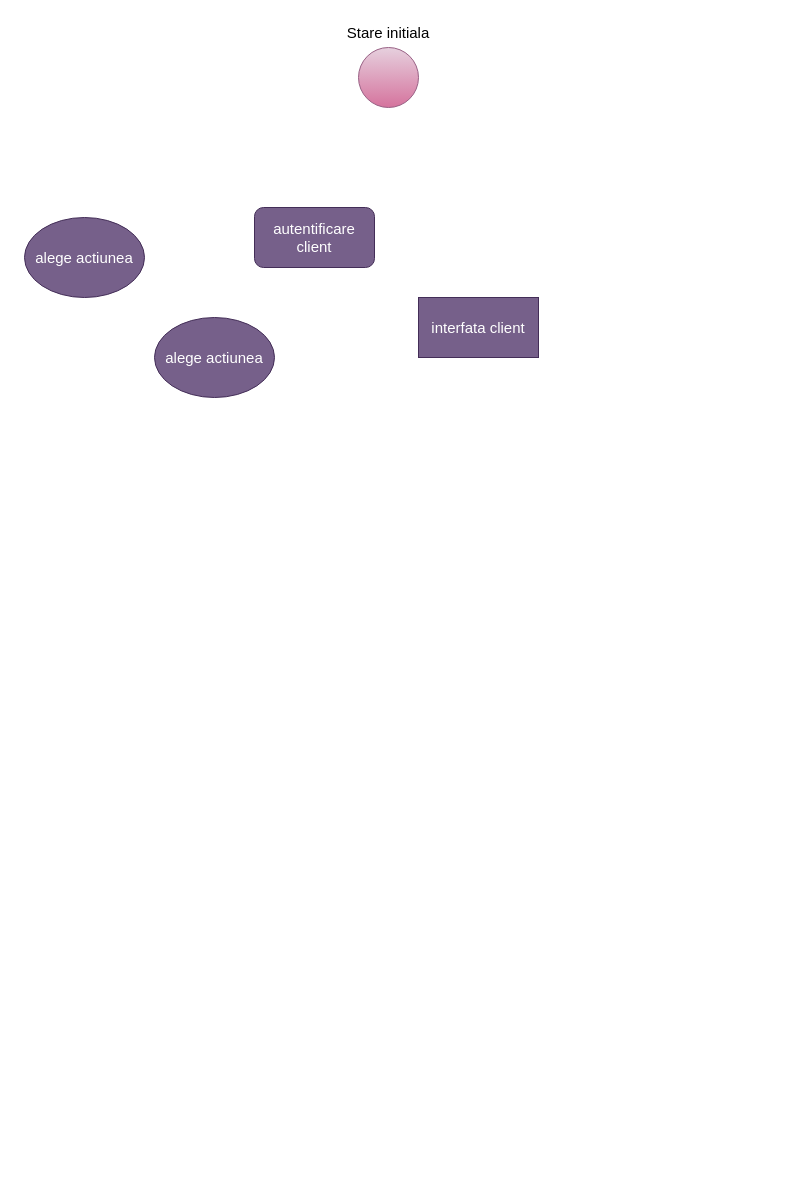
The draw.io diagram diastare.drawio in deliasfetcu/proiect-blana-isp, before the edit. Source tidied: cells renumbered, new cells numbered last; positions are measured from the earlier drawing's top-left corner, leaving out a move shared by most shapes. Both pictures are drawn from the tidied source at 100%, with x=0, y=0 at pixel (24, 17).
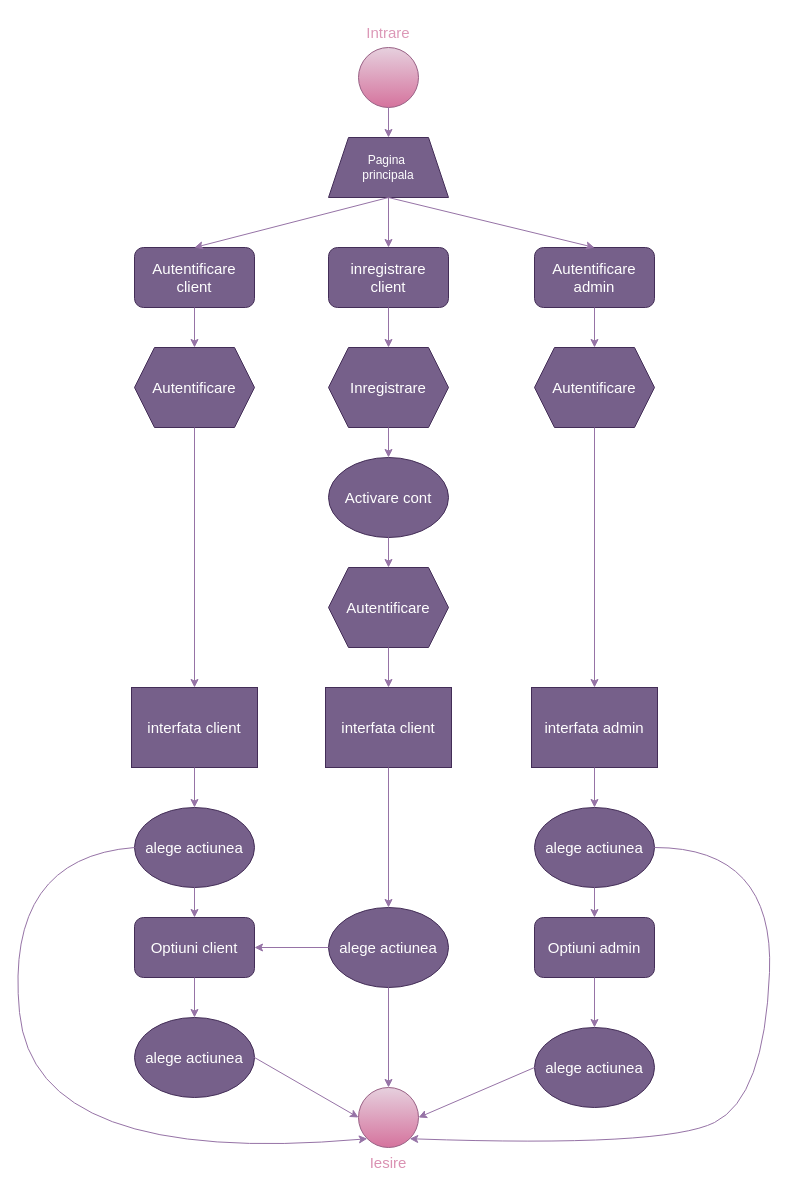
The same page after the edit.

Commit message:
finalizat diagrama

Unchanged cells that the change refers to:
```xml
<mxCell id="2" style="ellipse;whiteSpace=wrap;html=1;fillStyle=solid;strokeColor=#996185;fillColor=#e6d0de;gradientColor=#d5739d;" parent="1" vertex="1">
  <mxGeometry x="334" y="30" width="60" height="60" as="geometry" />
</mxCell>
```

Change to the diagram source:
```diff
@@
-    <mxCell id="3" value="&lt;font style=&quot;font-size: 15px;&quot;&gt;Stare initiala&lt;/font&gt;" style="text;html=1;strokeColor=none;fillColor=none;align=center;verticalAlign=middle;whiteSpace=wrap;rounded=0;fillStyle=solid;" parent="1" vertex="1">
+    <mxCell id="3" value="&lt;span style=&quot;font-size: 15px;&quot;&gt;&lt;font color=&quot;#dc98b7&quot;&gt;Intrare&lt;/font&gt;&lt;/span&gt;" style="text;html=1;strokeColor=none;fillColor=none;align=center;verticalAlign=middle;whiteSpace=wrap;rounded=0;fillStyle=solid;" parent="1" vertex="1">
       <mxGeometry x="299" width="130" height="30" as="geometry" />
     </mxCell>
     <mxCell id="4" value="alege actiunea" style="ellipse;whiteSpace=wrap;html=1;fontSize=15;fillColor=#76608a;fontColor=#ffffff;strokeColor=#432D57;" parent="1" vertex="1">
-      <mxGeometry x="130" y="300" width="120" height="80" as="geometry" />
+      <mxGeometry x="110" y="790" width="120" height="80" as="geometry" />
     </mxCell>
-    <mxCell id="5" value="autentificare client" style="rounded=1;whiteSpace=wrap;html=1;fontSize=15;fillColor=#76608a;strokeColor=#432D57;fontColor=#ffffff;" parent="1" vertex="1">
-      <mxGeometry x="230" y="190" width="120" height="60" as="geometry" />
+    <mxCell id="5" value="Autentificare client" style="rounded=1;whiteSpace=wrap;html=1;fontSize=15;fillColor=#76608a;strokeColor=#432D57;fontColor=#ffffff;" parent="1" vertex="1">
+      <mxGeometry x="110" y="230" width="120" height="60" as="geometry" />
     </mxCell>
     <mxCell id="6" value="interfata client" style="rounded=0;whiteSpace=wrap;html=1;fontSize=15;fillColor=#76608a;fontColor=#ffffff;strokeColor=#432D57;" parent="1" vertex="1">
-      <mxGeometry x="394" y="280" width="120" height="60" as="geometry" />
+      <mxGeometry x="107" y="670" width="126" height="80" as="geometry" />
     </mxCell>
     <mxCell id="7" value="alege actiunea" style="ellipse;whiteSpace=wrap;html=1;fontSize=15;fillColor=#76608a;fontColor=#ffffff;strokeColor=#432D57;" parent="1" vertex="1">
-      <mxGeometry y="200" width="120" height="80" as="geometry" />
+      <mxGeometry x="510" y="790" width="120" height="80" as="geometry" />
     </mxCell>
+    <mxCell id="8" value="Pagina&amp;nbsp;&lt;br&gt;principala" style="shape=trapezoid;perimeter=trapezoidPerimeter;whiteSpace=wrap;html=1;fixedSize=1;fillColor=#76608a;fontColor=#ffffff;strokeColor=#432D57;" parent="1" vertex="1">
+      <mxGeometry x="304" y="120" width="120" height="60" as="geometry" />
+    </mxCell>
+    <mxCell id="9" value="Autentificare admin" style="rounded=1;whiteSpace=wrap;html=1;fontSize=15;fillColor=#76608a;strokeColor=#432D57;fontColor=#ffffff;" parent="1" vertex="1">
+      <mxGeometry x="510" y="230" width="120" height="60" as="geometry" />
+    </mxCell>
+    <mxCell id="10" value="inregistrare &lt;br&gt;client" style="rounded=1;whiteSpace=wrap;html=1;fontSize=15;fillColor=#76608a;strokeColor=#432D57;fontColor=#ffffff;" parent="1" vertex="1">
+      <mxGeometry x="304" y="230" width="120" height="60" as="geometry" />
+    </mxCell>
+    <mxCell id="11" style="endArrow=classic;html=1;entryX=0.5;entryY=0;entryDx=0;entryDy=0;exitX=0.5;exitY=1;exitDx=0;exitDy=0;fillColor=#e1d5e7;strokeColor=#9673a6;" parent="1" edge="1" source="2" target="8">
+      <mxGeometry relative="1" as="geometry" />
+    </mxCell>
+    <mxCell id="12" style="endArrow=classic;html=1;entryX=0.5;entryY=0;entryDx=0;entryDy=0;exitX=0.5;exitY=1;exitDx=0;exitDy=0;fillColor=#e1d5e7;strokeColor=#9673a6;" parent="1" edge="1" source="8" target="10">
+      <mxGeometry relative="1" as="geometry" />
+    </mxCell>
+    <mxCell id="13" style="endArrow=classic;html=1;entryX=0.5;entryY=0;entryDx=0;entryDy=0;exitX=0.5;exitY=1;exitDx=0;exitDy=0;fillColor=#e1d5e7;strokeColor=#9673a6;" parent="1" edge="1" source="8" target="9">
+      <mxGeometry relative="1" as="geometry" />
+    </mxCell>
+    <mxCell id="14" style="endArrow=classic;html=1;entryX=0.5;entryY=0;entryDx=0;entryDy=0;exitX=0.5;exitY=1;exitDx=0;exitDy=0;fillColor=#e1d5e7;strokeColor=#9673a6;" parent="1" edge="1" source="8" target="5">
+      <mxGeometry relative="1" as="geometry" />
+    </mxCell>
+    <mxCell id="15" value="&lt;font style=&quot;font-size: 15px;&quot;&gt;Autentificare&lt;/font&gt;" style="shape=hexagon;perimeter=hexagonPerimeter2;whiteSpace=wrap;html=1;fixedSize=1;fillColor=#76608a;fontColor=#ffffff;strokeColor=#432D57;" parent="1" vertex="1">
+      <mxGeometry x="110" y="330" width="120" height="80" as="geometry" />
+    </mxCell>
+    <mxCell id="16" value="&lt;font style=&quot;font-size: 15px;&quot;&gt;Autentificare&lt;/font&gt;" style="shape=hexagon;perimeter=hexagonPerimeter2;whiteSpace=wrap;html=1;fixedSize=1;fillColor=#76608a;fontColor=#ffffff;strokeColor=#432D57;" parent="1" vertex="1">
+      <mxGeometry x="510" y="330" width="120" height="80" as="geometry" />
+    </mxCell>
+    <mxCell id="17" value="&lt;span style=&quot;font-size: 15px;&quot;&gt;Autentificare&lt;/span&gt;" style="shape=hexagon;perimeter=hexagonPerimeter2;whiteSpace=wrap;html=1;fixedSize=1;fillColor=#76608a;fontColor=#ffffff;strokeColor=#432D57;" parent="1" vertex="1">
+      <mxGeometry x="304" y="550" width="120" height="80" as="geometry" />
+    </mxCell>
+    <mxCell id="18" value="&lt;span style=&quot;font-size: 15px;&quot;&gt;Inregistrare&lt;/span&gt;" style="shape=hexagon;perimeter=hexagonPerimeter2;whiteSpace=wrap;html=1;fixedSize=1;fillColor=#76608a;fontColor=#ffffff;strokeColor=#432D57;" parent="1" vertex="1">
+      <mxGeometry x="304" y="330" width="120" height="80" as="geometry" />
+    </mxCell>
+    <mxCell id="19" value="Activare cont" style="ellipse;whiteSpace=wrap;html=1;fontSize=15;fillColor=#76608a;fontColor=#ffffff;strokeColor=#432D57;" parent="1" vertex="1">
+      <mxGeometry x="304" y="440" width="120" height="80" as="geometry" />
+    </mxCell>
+    <mxCell id="20" value="interfata client" style="rounded=0;whiteSpace=wrap;html=1;fontSize=15;fillColor=#76608a;fontColor=#ffffff;strokeColor=#432D57;" parent="1" vertex="1">
+      <mxGeometry x="301" y="670" width="126" height="80" as="geometry" />
+    </mxCell>
+    <mxCell id="21" value="interfata admin" style="rounded=0;whiteSpace=wrap;html=1;fontSize=15;fillColor=#76608a;fontColor=#ffffff;strokeColor=#432D57;" parent="1" vertex="1">
+      <mxGeometry x="507" y="670" width="126" height="80" as="geometry" />
+    </mxCell>
+    <mxCell id="22" value="Optiuni client" style="rounded=1;whiteSpace=wrap;html=1;fontSize=15;fillColor=#76608a;fontColor=#ffffff;strokeColor=#432D57;" parent="1" vertex="1">
+      <mxGeometry x="110" y="900" width="120" height="60" as="geometry" />
+    </mxCell>
+    <mxCell id="23" value="Optiuni admin" style="rounded=1;whiteSpace=wrap;html=1;fontSize=15;fillColor=#76608a;fontColor=#ffffff;strokeColor=#432D57;" parent="1" vertex="1">
+      <mxGeometry x="510" y="900" width="120" height="60" as="geometry" />
+    </mxCell>
+    <mxCell id="24" value="alege actiunea" style="ellipse;whiteSpace=wrap;html=1;fontSize=15;fillColor=#76608a;fontColor=#ffffff;strokeColor=#432D57;" parent="1" vertex="1">
+      <mxGeometry x="304" y="890" width="120" height="80" as="geometry" />
+    </mxCell>
+    <mxCell id="25" value="alege actiunea" style="ellipse;whiteSpace=wrap;html=1;fontSize=15;fillColor=#76608a;fontColor=#ffffff;strokeColor=#432D57;" parent="1" vertex="1">
+      <mxGeometry x="110" y="1000" width="120" height="80" as="geometry" />
+    </mxCell>
+    <mxCell id="26" value="alege actiunea" style="ellipse;whiteSpace=wrap;html=1;fontSize=15;fillColor=#76608a;fontColor=#ffffff;strokeColor=#432D57;" parent="1" vertex="1">
+      <mxGeometry x="510" y="1010" width="120" height="80" as="geometry" />
+    </mxCell>
+    <mxCell id="27" style="ellipse;whiteSpace=wrap;html=1;fillStyle=solid;strokeColor=#996185;fillColor=#e6d0de;gradientColor=#d5739d;" parent="1" vertex="1">
+      <mxGeometry x="334" y="1070" width="60" height="60" as="geometry" />
+    </mxCell>
+    <mxCell id="28" style="endArrow=classic;html=1;fontSize=15;entryX=0.5;entryY=0;entryDx=0;entryDy=0;exitX=0.5;exitY=1;exitDx=0;exitDy=0;fillColor=#e1d5e7;strokeColor=#9673a6;" parent="1" edge="1" source="5" target="15">
+      <mxGeometry relative="1" as="geometry" />
+    </mxCell>
+    <mxCell id="29" style="endArrow=classic;html=1;fontSize=15;entryX=0.5;entryY=0;entryDx=0;entryDy=0;exitX=0.5;exitY=1;exitDx=0;exitDy=0;fillColor=#e1d5e7;strokeColor=#9673a6;" parent="1" edge="1" source="10" target="18">
+      <mxGeometry relative="1" as="geometry" />
+    </mxCell>
+    <mxCell id="30" style="endArrow=classic;html=1;fontSize=15;entryX=0.5;entryY=0;entryDx=0;entryDy=0;exitX=0.5;exitY=1;exitDx=0;exitDy=0;fillColor=#e1d5e7;strokeColor=#9673a6;" parent="1" edge="1" source="9" target="16">
+      <mxGeometry relative="1" as="geometry" />
+    </mxCell>
+    <mxCell id="31" style="endArrow=classic;html=1;fontSize=15;entryX=0.5;entryY=0;entryDx=0;entryDy=0;exitX=0.5;exitY=1;exitDx=0;exitDy=0;fillColor=#e1d5e7;strokeColor=#9673a6;" parent="1" edge="1" source="18" target="19">
+      <mxGeometry relative="1" as="geometry" />
+    </mxCell>
+    <mxCell id="32" style="endArrow=classic;html=1;fontSize=15;entryX=0.5;entryY=0;entryDx=0;entryDy=0;exitX=0.5;exitY=1;exitDx=0;exitDy=0;fillColor=#e1d5e7;strokeColor=#9673a6;" parent="1" edge="1" source="19" target="17">
+      <mxGeometry relative="1" as="geometry" />
+    </mxCell>
+    <mxCell id="33" style="endArrow=classic;html=1;fontSize=15;exitX=0.5;exitY=1;exitDx=0;exitDy=0;entryX=0.5;entryY=0;entryDx=0;entryDy=0;fillColor=#e1d5e7;strokeColor=#9673a6;" parent="1" edge="1" source="15" target="6">
+      <mxGeometry relative="1" as="geometry" />
+    </mxCell>
+    <mxCell id="34" style="endArrow=classic;html=1;fontSize=15;entryX=0.5;entryY=0;entryDx=0;entryDy=0;exitX=0.5;exitY=1;exitDx=0;exitDy=0;fillColor=#e1d5e7;strokeColor=#9673a6;" parent="1" edge="1" source="16" target="21">
+      <mxGeometry relative="1" as="geometry" />
+    </mxCell>
+    <mxCell id="35" style="endArrow=classic;html=1;fontSize=15;entryX=0.5;entryY=0;entryDx=0;entryDy=0;exitX=0.5;exitY=1;exitDx=0;exitDy=0;fillColor=#e1d5e7;strokeColor=#9673a6;" parent="1" edge="1" source="17" target="20">
+      <mxGeometry relative="1" as="geometry" />
+    </mxCell>
+    <mxCell id="36" style="endArrow=classic;html=1;fontSize=15;exitX=0.5;exitY=1;exitDx=0;exitDy=0;entryX=0.5;entryY=0;entryDx=0;entryDy=0;fillColor=#e1d5e7;strokeColor=#9673a6;" parent="1" edge="1" source="6" target="4">
+      <mxGeometry relative="1" as="geometry" />
+    </mxCell>
+    <mxCell id="37" style="endArrow=classic;html=1;fontSize=15;entryX=0.5;entryY=0;entryDx=0;entryDy=0;exitX=0.5;exitY=1;exitDx=0;exitDy=0;fillColor=#e1d5e7;strokeColor=#9673a6;" parent="1" edge="1" source="21" target="7">
+      <mxGeometry relative="1" as="geometry" />
+    </mxCell>
+    <mxCell id="38" style="endArrow=classic;html=1;fontSize=15;entryX=0.5;entryY=0;entryDx=0;entryDy=0;exitX=0.5;exitY=1;exitDx=0;exitDy=0;fillColor=#e1d5e7;strokeColor=#9673a6;" parent="1" edge="1" source="20" target="24">
+      <mxGeometry relative="1" as="geometry" />
+    </mxCell>
+    <mxCell id="39" style="endArrow=classic;html=1;fontSize=15;entryX=0.5;entryY=0;entryDx=0;entryDy=0;exitX=0.5;exitY=1;exitDx=0;exitDy=0;fillColor=#e1d5e7;strokeColor=#9673a6;" parent="1" edge="1" source="7" target="23">
+      <mxGeometry relative="1" as="geometry" />
+    </mxCell>
+    <mxCell id="40" style="endArrow=classic;html=1;fontSize=15;exitX=0.5;exitY=1;exitDx=0;exitDy=0;entryX=0.5;entryY=0;entryDx=0;entryDy=0;fillColor=#e1d5e7;strokeColor=#9673a6;" parent="1" edge="1" source="4" target="22">
+      <mxGeometry relative="1" as="geometry" />
+    </mxCell>
+    <mxCell id="41" style="endArrow=classic;html=1;fontSize=15;exitX=0.5;exitY=1;exitDx=0;exitDy=0;entryX=0.5;entryY=0;entryDx=0;entryDy=0;fillColor=#e1d5e7;strokeColor=#9673a6;" parent="1" edge="1" source="22" target="25">
+      <mxGeometry relative="1" as="geometry" />
+    </mxCell>
+    <mxCell id="42" style="endArrow=classic;html=1;fontSize=15;entryX=0.5;entryY=0;entryDx=0;entryDy=0;exitX=0.5;exitY=1;exitDx=0;exitDy=0;fillColor=#e1d5e7;strokeColor=#9673a6;" parent="1" edge="1" source="23" target="26">
+      <mxGeometry relative="1" as="geometry" />
+    </mxCell>
+    <mxCell id="43" style="endArrow=classic;html=1;fontSize=15;exitX=0;exitY=0.5;exitDx=0;exitDy=0;entryX=1;entryY=0.5;entryDx=0;entryDy=0;fillColor=#e1d5e7;strokeColor=#9673a6;" parent="1" edge="1" source="24" target="22">
+      <mxGeometry relative="1" as="geometry" />
+    </mxCell>
+    <mxCell id="44" value="&lt;font color=&quot;#da91b2&quot;&gt;Iesire&lt;/font&gt;" style="text;html=1;strokeColor=none;fillColor=none;align=center;verticalAlign=middle;whiteSpace=wrap;rounded=0;fontSize=15;" parent="1" vertex="1">
+      <mxGeometry x="334" y="1130" width="60" height="30" as="geometry" />
+    </mxCell>
+    <mxCell id="45" style="endArrow=classic;html=1;fontSize=15;entryX=0.5;entryY=0;entryDx=0;entryDy=0;exitX=0.5;exitY=1;exitDx=0;exitDy=0;fillColor=#e1d5e7;strokeColor=#9673a6;" parent="1" edge="1" source="24" target="27">
+      <mxGeometry relative="1" as="geometry" />
+    </mxCell>
+    <mxCell id="46" style="endArrow=classic;html=1;fontSize=15;exitX=1;exitY=0.5;exitDx=0;exitDy=0;entryX=0;entryY=0.5;entryDx=0;entryDy=0;fillColor=#e1d5e7;strokeColor=#9673a6;" parent="1" edge="1" source="25" target="27">
+      <mxGeometry relative="1" as="geometry" />
+    </mxCell>
+    <mxCell id="47" style="endArrow=classic;html=1;fontSize=15;entryX=1;entryY=0.5;entryDx=0;entryDy=0;exitX=0;exitY=0.5;exitDx=0;exitDy=0;fillColor=#e1d5e7;strokeColor=#9673a6;" parent="1" edge="1" source="26" target="27">
+      <mxGeometry relative="1" as="geometry" />
+    </mxCell>
+    <mxCell id="48" style="curved=1;endArrow=classic;html=1;fontSize=15;exitX=0;exitY=0.5;exitDx=0;exitDy=0;entryX=0;entryY=1;entryDx=0;entryDy=0;fillColor=#e1d5e7;strokeColor=#9673a6;" parent="1" edge="1" source="4" target="27">
+      <mxGeometry relative="1" as="geometry">
+        <Array as="points">
+          <mxPoint x="-20" y="840" />
+          <mxPoint x="10" y="1150" />
+        </Array>
+      </mxGeometry>
+    </mxCell>
+    <mxCell id="49" style="curved=1;endArrow=classic;html=1;fontSize=15;exitX=1;exitY=0.5;exitDx=0;exitDy=0;entryX=1;entryY=1;entryDx=0;entryDy=0;fillColor=#e1d5e7;strokeColor=#9673a6;" parent="1" edge="1" source="7" target="27">
+      <mxGeometry relative="1" as="geometry">
+        <Array as="points">
+          <mxPoint x="750" y="830" />
+          <mxPoint x="740" y="1080" />
+          <mxPoint x="640" y="1130" />
+        </Array>
+      </mxGeometry>
+    </mxCell>
```
